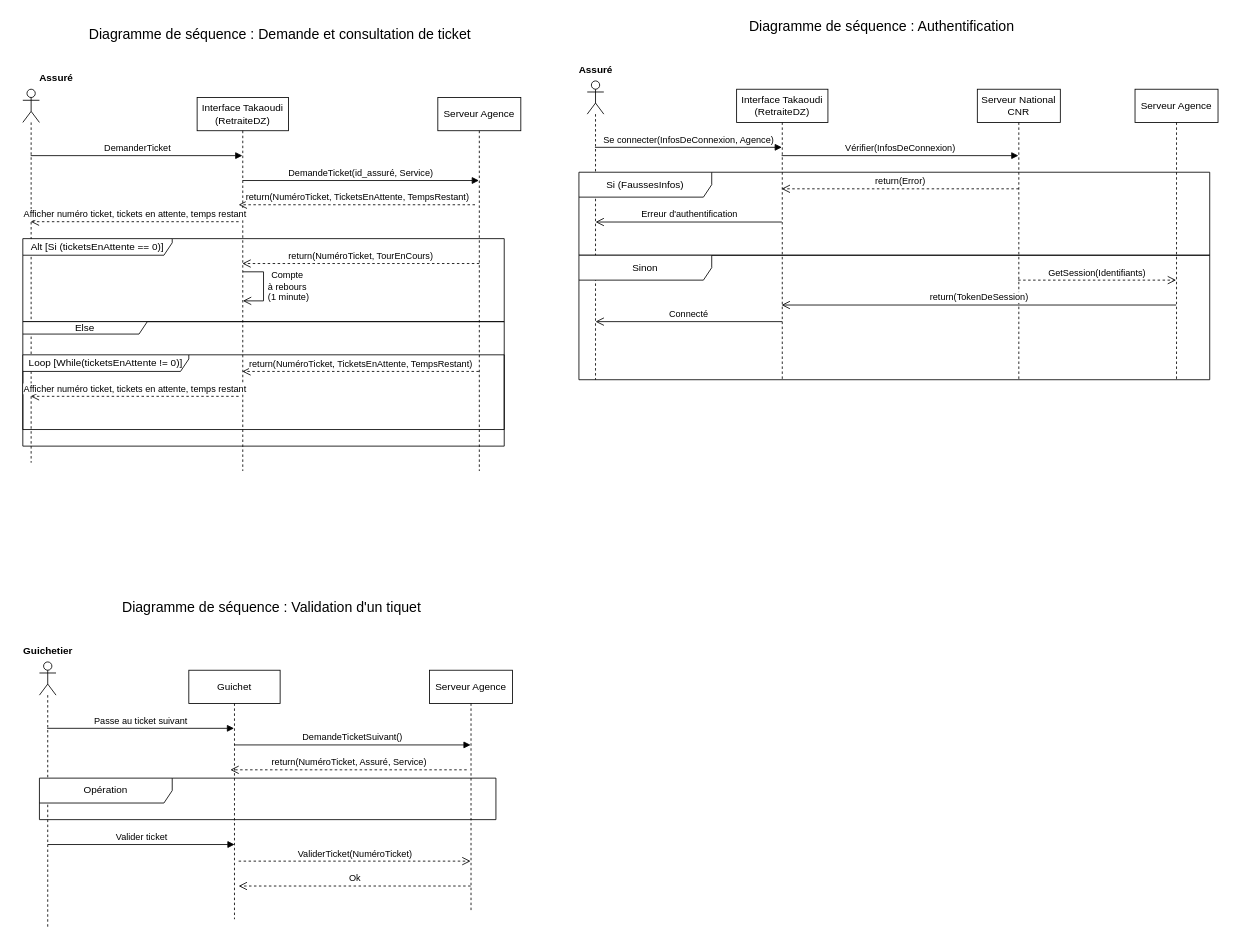
Before: page "Sequence2Tier" (5 of 9) of diagrams/Diagramme.drawio in rryyyymmmmmmmm/e-tickets_takaoudi, a draw.io diagram. Source tidied: cells renumbered, new cells numbered last; positions are measured from the earlier drawing's top-left corner, leaving out a move shared by most shapes. Both pictures are drawn from the tidied source at 83%, with x=0, y=0 at pixel (14, 14).
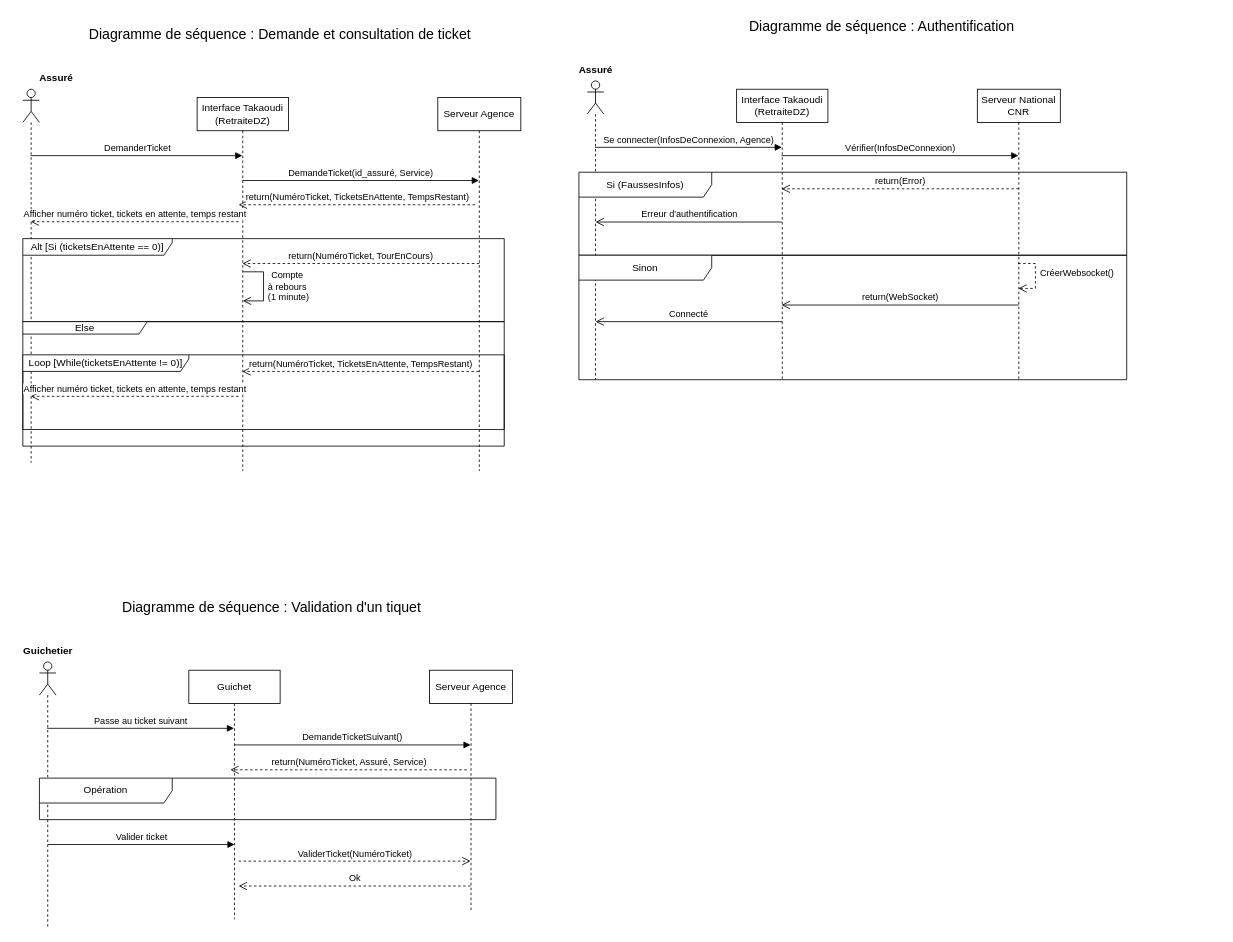
Above is the later version.

Unchanged cells that the change refers to:
```xml
<mxCell id="18" value="Serveur National CNR" style="shape=umlLifeline;perimeter=lifelinePerimeter;whiteSpace=wrap;html=1;outlineConnect=0;portConstraint=eastwest;newEdgeStyle={&quot;curved&quot;:0,&quot;rounded&quot;:0};" parent="1" vertex="1">
  <mxGeometry x="1160" y="90" width="100" height="350" as="geometry" />
</mxCell>
```

Diff of the diagram source:
```diff
@@
     <mxCell id="23" value="Si (FaussesInfos)" style="shape=umlFrame;whiteSpace=wrap;html=1;width=160;height=30;" parent="1" vertex="1">
-      <mxGeometry x="680" y="190" width="760" height="100" as="geometry" />
+      <mxGeometry x="680" y="190" width="660" height="100" as="geometry" />
     </mxCell>
@@
     <mxCell id="26" value="Sinon" style="shape=umlFrame;whiteSpace=wrap;html=1;width=160;height=30;" parent="1" vertex="1">
-      <mxGeometry x="680" y="290" width="760" height="150" as="geometry" />
+      <mxGeometry x="680" y="290" width="660" height="150" as="geometry" />
     </mxCell>
-    <mxCell id="27" value="GetSession(Identifiants)" style="html=1;verticalAlign=bottom;endArrow=open;dashed=1;endSize=8;curved=0;rounded=0;" parent="1" edge="1">
-      <mxGeometry relative="1" as="geometry">
-        <mxPoint x="1209.2" y="320" as="sourcePoint" />
-        <mxPoint x="1399.5" y="320" as="targetPoint" />
+    <mxCell id="27" value="CréerWebsocket()" style="html=1;verticalAlign=bottom;endArrow=open;dashed=1;endSize=8;curved=0;rounded=0;" parent="1" edge="1" target="18">
+      <mxGeometry x="0.14" y="50" relative="1" as="geometry">
+        <mxPoint x="1209.2" y="300" as="sourcePoint" />
+        <Array as="points">
+          <mxPoint x="1230" y="300" />
+          <mxPoint x="1230" y="330" />
+        </Array>
       </mxGeometry>
     </mxCell>
-    <mxCell id="28" value="Serveur Agence" style="shape=umlLifeline;perimeter=lifelinePerimeter;whiteSpace=wrap;html=1;newEdgeStyle={&quot;curved&quot;:0,&quot;rounded&quot;:0};" parent="1" vertex="1">
-      <mxGeometry x="1350" y="90" width="100" height="350" as="geometry" />
-    </mxCell>
@@
-    <mxCell id="43" value="return(TokenDeSession)" style="html=1;verticalAlign=bottom;endArrow=open;endSize=8;curved=0;rounded=0;" parent="1" edge="1">
+    <mxCell id="43" value="return(WebSocket)" style="html=1;verticalAlign=bottom;endArrow=open;endSize=8;curved=0;rounded=0;" parent="1" edge="1">
       <mxGeometry relative="1" as="geometry">
-        <mxPoint x="1399.5" y="350" as="sourcePoint" />
+        <mxPoint x="1210" y="350" as="sourcePoint" />
         <mxPoint x="924.1" y="350" as="targetPoint" />
       </mxGeometry>
     </mxCell>
```
